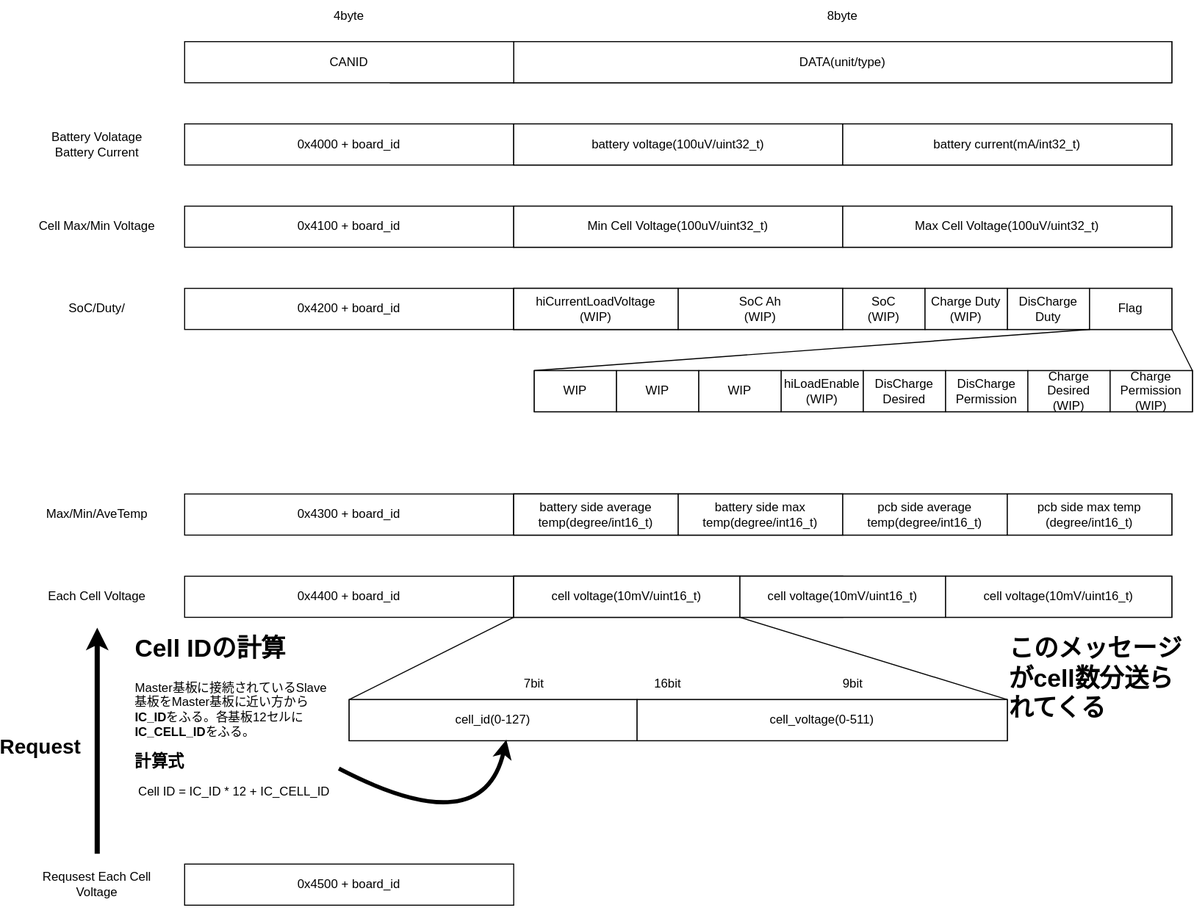
Before: canprotocol_preview.svg, a diagram exported from draw.io (tetra-aero/bms_ltc6811_driver). Source tidied: cells renumbered, new cells last; positions are measured from the earlier drawing's top-left corner, leaving out a move shared by most shapes.
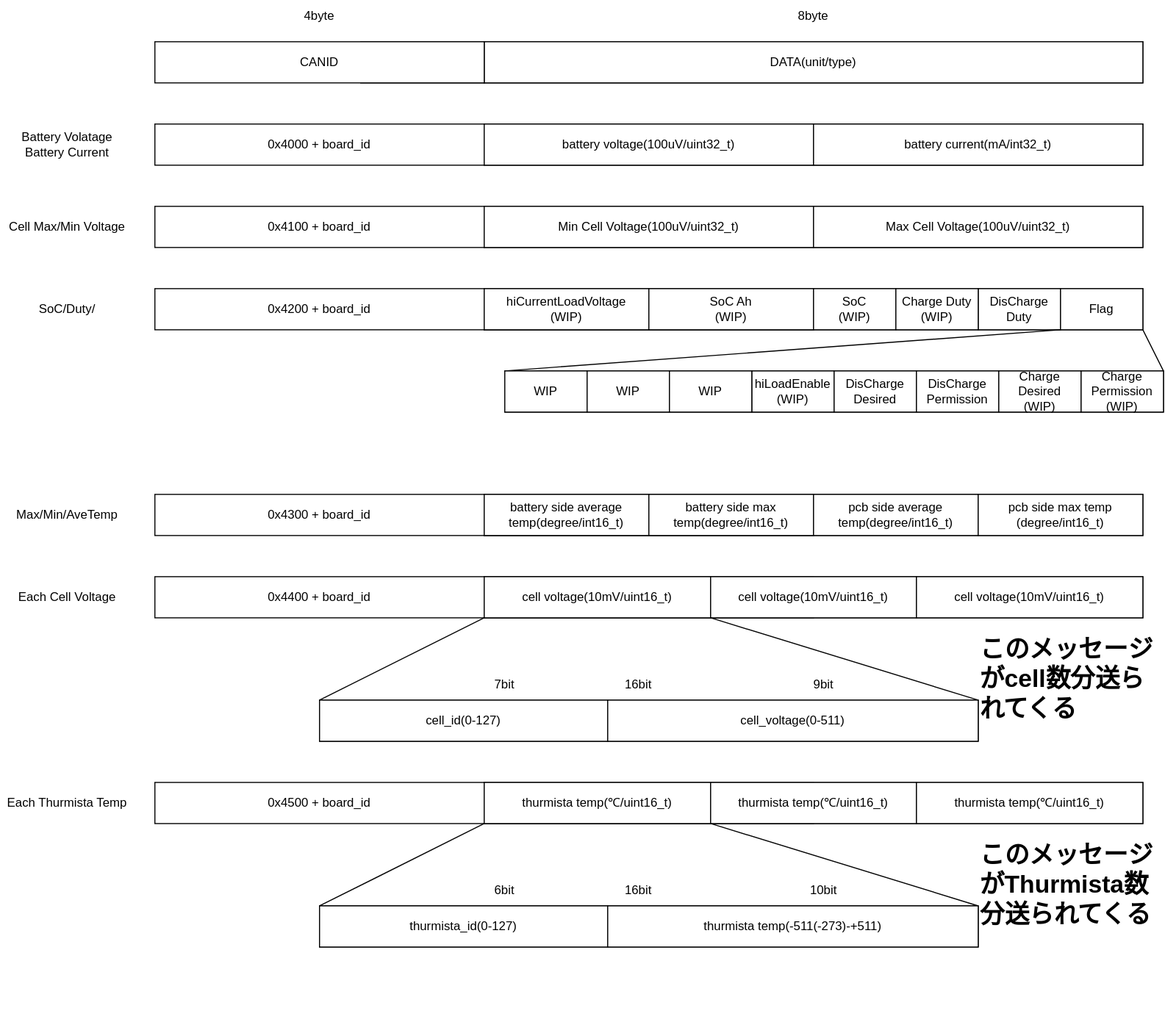
Above is the later version.

What changed in the source:
```diff
@@ -186,30 +186,60 @@
     <mxCell id="61" value="cell_voltage(0-511)" style="rounded=0;whiteSpace=wrap;html=1;" parent="1" vertex="1">
       <mxGeometry x="610" y="680" width="360" height="40" as="geometry" />
     </mxCell>
-    <mxCell id="62" value="&lt;h1 style=&quot;margin-top: 0px;&quot;&gt;Cell IDの計算&lt;/h1&gt;&lt;p&gt;Master基板に接続されているSlave基板をMaster基板に近い方から&lt;b&gt;IC_ID&lt;/b&gt;をふる。各基板12セルに&lt;b&gt;IC_CELL_ID&lt;/b&gt;をふる。&lt;/p&gt;&lt;p&gt;&lt;b&gt;&lt;font style=&quot;font-size: 16px;&quot;&gt;計算式&lt;/font&gt;&lt;/b&gt;&lt;/p&gt;&lt;p&gt;&amp;nbsp;Cell ID = IC_ID * 12 + IC_CELL_ID&lt;/p&gt;" style="text;html=1;whiteSpace=wrap;overflow=hidden;rounded=0;" parent="1" vertex="1">
-      <mxGeometry x="120" y="610" width="200" height="170" as="geometry" />
-    </mxCell>
-    <mxCell id="63" style="curved=1;endArrow=classic;html=1;rounded=0;entryX=0.546;entryY=0.975;entryDx=0;entryDy=0;entryPerimeter=0;strokeWidth=4;" parent="1" edge="1" source="62" target="58">
-      <mxGeometry relative="1" as="geometry">
-        <Array as="points">
-          <mxPoint x="460" y="820" />
-        </Array>
-      </mxGeometry>
-    </mxCell>
-    <mxCell id="64" value="Requsest Each Cell Voltage" style="text;html=1;align=center;verticalAlign=middle;whiteSpace=wrap;rounded=0;" parent="1" vertex="1">
-      <mxGeometry x="20" y="830" width="130" height="60" as="geometry" />
-    </mxCell>
+    <mxCell id="66" value="&lt;h1 style=&quot;margin-top: 0px;&quot;&gt;このメッセージがcell数分送られてくる&lt;/h1&gt;" style="text;html=1;whiteSpace=wrap;overflow=hidden;rounded=0;" parent="1" vertex="1">
+      <mxGeometry x="970" y="610" width="170" height="190" as="geometry" />
+    </mxCell>
+    <mxCell id="69" style="rounded=0;whiteSpace=wrap;html=1;" parent="1" vertex="1">
+      <mxGeometry x="490" y="760" width="640" height="40" as="geometry" />
+    </mxCell>
     <mxCell id="65" value="0x4500 + board_id" style="rounded=0;whiteSpace=wrap;html=1;" parent="1" vertex="1">
-      <mxGeometry x="170" y="840" width="320" height="40" as="geometry" />
+      <mxGeometry x="170" y="760" width="320" height="40" as="geometry" />
     </mxCell>
-    <mxCell id="66" value="&lt;h1 style=&quot;margin-top: 0px;&quot;&gt;このメッセージがcell数分送られてくる&lt;/h1&gt;" style="text;html=1;whiteSpace=wrap;overflow=hidden;rounded=0;" parent="1" vertex="1">
-      <mxGeometry x="970" y="610" width="170" height="190" as="geometry" />
-    </mxCell>
-    <mxCell id="67" style="endArrow=classic;html=1;rounded=0;exitX=0.5;exitY=0;exitDx=0;exitDy=0;entryX=0.5;entryY=1;entryDx=0;entryDy=0;strokeWidth=5;" parent="1" edge="1" source="64" target="49">
-      <mxGeometry relative="1" as="geometry" />
-    </mxCell>
-    <mxCell id="68" value="&lt;font style=&quot;font-size: 20px;&quot;&gt;&lt;b&gt;Request&lt;/b&gt;&lt;/font&gt;" style="text;html=1;align=center;verticalAlign=middle;whiteSpace=wrap;rounded=0;" parent="1" vertex="1">
-      <mxGeometry y="710" width="60" height="30" as="geometry" />
-    </mxCell>
+    <mxCell id="70" value="Each Thurmista Temp" style="text;html=1;align=center;verticalAlign=middle;whiteSpace=wrap;rounded=0;" parent="1" vertex="1">
+      <mxGeometry x="20" y="750" width="130" height="60" as="geometry" />
+    </mxCell>
+    <mxCell id="71" style="rounded=0;whiteSpace=wrap;html=1;" parent="1" vertex="1">
+      <mxGeometry x="490" y="760" width="320" height="40" as="geometry" />
+    </mxCell>
+    <mxCell id="72" value="thurmista temp(℃/uint16_t)" style="rounded=0;whiteSpace=wrap;html=1;" parent="1" vertex="1">
+      <mxGeometry x="490" y="760" width="220" height="40" as="geometry" />
+    </mxCell>
+    <mxCell id="73" value="thurmista temp(℃/uint16_t)" style="rounded=0;whiteSpace=wrap;html=1;" parent="1" vertex="1">
+      <mxGeometry x="710" y="760" width="200" height="40" as="geometry" />
+    </mxCell>
+    <mxCell id="74" value="thurmista temp(℃/uint16_t)" style="rounded=0;whiteSpace=wrap;html=1;" parent="1" vertex="1">
+      <mxGeometry x="910" y="760" width="220" height="40" as="geometry" />
+    </mxCell>
+    <mxCell id="75" style="endArrow=none;html=1;rounded=0;entryX=0;entryY=1;entryDx=0;entryDy=0;" parent="1" edge="1" target="73">
+      <mxGeometry relative="1" as="geometry">
+        <mxPoint x="970" y="880" as="sourcePoint" />
+      </mxGeometry>
+    </mxCell>
+    <mxCell id="76" style="endArrow=none;html=1;rounded=0;entryX=0;entryY=1;entryDx=0;entryDy=0;" parent="1" edge="1" target="72">
+      <mxGeometry relative="1" as="geometry">
+        <mxPoint x="330" y="880" as="sourcePoint" />
+      </mxGeometry>
+    </mxCell>
+    <mxCell id="77" style="rounded=0;whiteSpace=wrap;html=1;" parent="1" vertex="1">
+      <mxGeometry x="330" y="880" width="640" height="40" as="geometry" />
+    </mxCell>
+    <mxCell id="78" value="16bit" style="text;html=1;align=center;verticalAlign=middle;whiteSpace=wrap;rounded=0;" parent="1" vertex="1">
+      <mxGeometry x="610" y="850" width="60" height="30" as="geometry" />
+    </mxCell>
+    <mxCell id="79" value="thurmista_id(0-127)" style="rounded=0;whiteSpace=wrap;html=1;" parent="1" vertex="1">
+      <mxGeometry x="330" y="880" width="280" height="40" as="geometry" />
+    </mxCell>
+    <mxCell id="80" value="6bit" style="text;html=1;align=center;verticalAlign=middle;whiteSpace=wrap;rounded=0;" parent="1" vertex="1">
+      <mxGeometry x="480" y="850" width="60" height="30" as="geometry" />
+    </mxCell>
+    <mxCell id="81" value="10bit" style="text;html=1;align=center;verticalAlign=middle;whiteSpace=wrap;rounded=0;" parent="1" vertex="1">
+      <mxGeometry x="790" y="850" width="60" height="30" as="geometry" />
+    </mxCell>
+    <mxCell id="82" value="thurmista temp(-511(-273)-+511)" style="rounded=0;whiteSpace=wrap;html=1;" parent="1" vertex="1">
+      <mxGeometry x="610" y="880" width="360" height="40" as="geometry" />
+    </mxCell>
+    <mxCell id="83" value="&lt;h1 style=&quot;margin-top: 0px;&quot;&gt;このメッセージがThurmista数分送られてくる&lt;/h1&gt;" style="text;html=1;whiteSpace=wrap;overflow=hidden;rounded=0;" parent="1" vertex="1">
+      <mxGeometry x="970" y="810" width="170" height="190" as="geometry" />
+    </mxCell>
   </root>
 </mxGraphModel>
```
